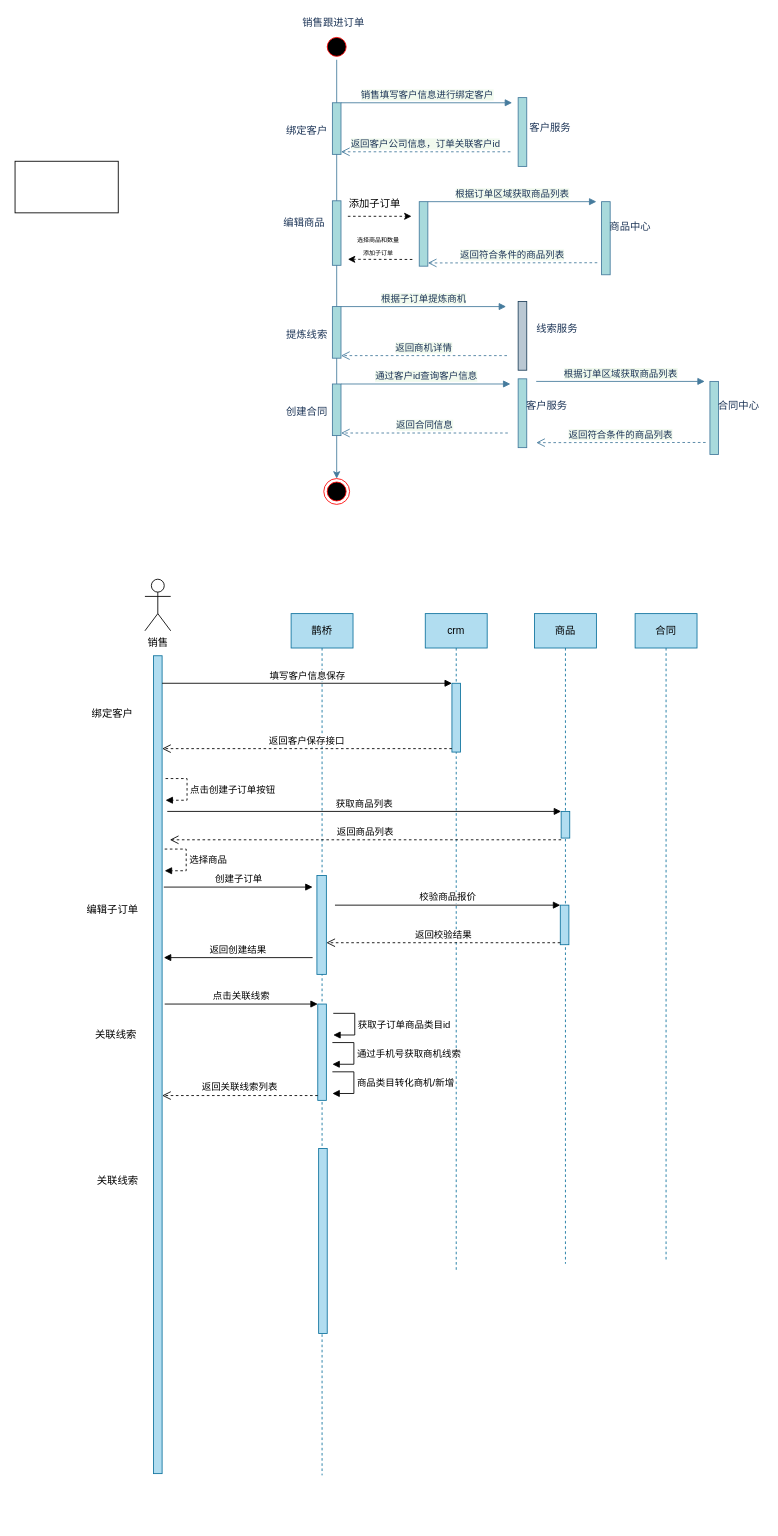
zhaoershuang/flow-chart keeps this draw.io diagram as 鹊桥应用时序图.drawio. Above is the earlier version. Source tidied: cells renumbered, new cells numbered last; positions are measured from the earlier drawing's top-left corner, leaving out a move shared by most shapes. Both pictures are drawn from the tidied source at 86%, with x=0, y=0 at pixel (15, 15).
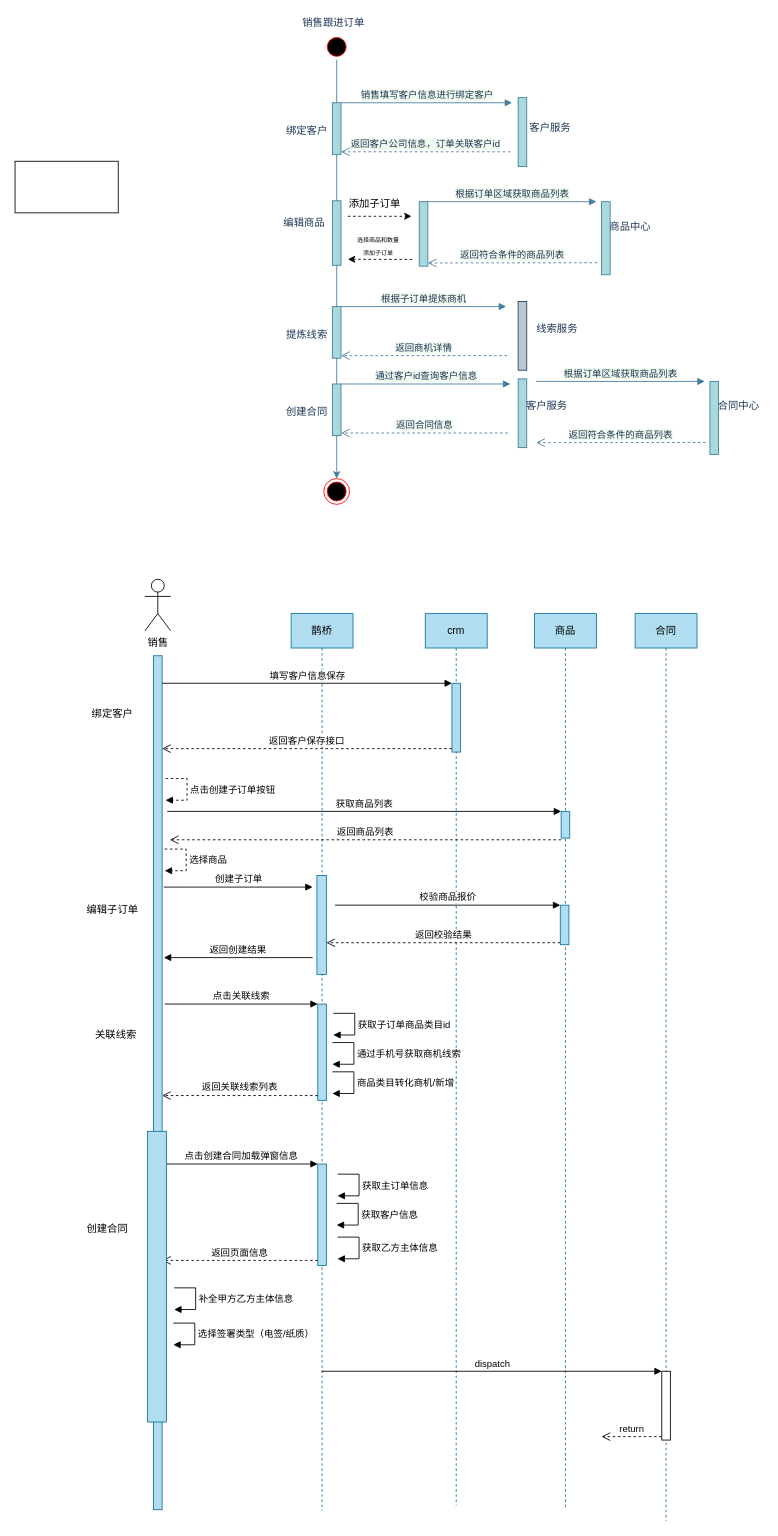
Above is the later version.

Commit message (it also covers changes not shown here):
更新鹊桥应用时序图.drawio

Change to the diagram source:
```diff
@@
     <mxCell id="41" style="html=1;points=[];perimeter=orthogonalPerimeter;fillColor=#b1ddf0;strokeColor=#10739e;" parent="1" vertex="1">
-      <mxGeometry x="161" y="745" width="10" height="951" as="geometry" />
+      <mxGeometry x="161" y="745" width="10" height="993" as="geometry" />
     </mxCell>
     <mxCell id="42" value="鹊桥" style="shape=umlLifeline;perimeter=lifelinePerimeter;whiteSpace=wrap;html=1;outlineConnect=0;fillColor=#b1ddf0;strokeColor=#10739e;" parent="1" vertex="1">
-      <mxGeometry x="321" y="696" width="72" height="1002" as="geometry" />
+      <mxGeometry x="321" y="696" width="72" height="1043" as="geometry" />
     </mxCell>
@@
-    <mxCell id="46" style="html=1;perimeter=orthogonalPerimeter;fillColor=#b1ddf0;strokeColor=#10739e;" parent="42" vertex="1">
-      <mxGeometry x="32" y="622" width="10" height="215" as="geometry" />
-    </mxCell>
+    <mxCell id="71" style="html=1;points=[];perimeter=orthogonalPerimeter;fillColor=#b1ddf0;strokeColor=#10739e;" parent="42" vertex="1">
+      <mxGeometry x="31" y="640" width="10" height="118" as="geometry" />
+    </mxCell>
+    <mxCell id="72" value="点击创建合同加载弹窗信息" style="html=1;verticalAlign=bottom;endArrow=block;entryX=0;entryY=0;" parent="42" edge="1" target="71">
+      <mxGeometry relative="1" as="geometry">
+        <mxPoint x="-147" y="640" as="sourcePoint" />
+      </mxGeometry>
+    </mxCell>
     <mxCell id="47" value="crm" style="shape=umlLifeline;perimeter=lifelinePerimeter;whiteSpace=wrap;html=1;fillColor=#b1ddf0;strokeColor=#10739e;" parent="1" vertex="1">
-      <mxGeometry x="477" y="696" width="72" height="765" as="geometry" />
+      <mxGeometry x="477" y="696" width="72" height="1037" as="geometry" />
     </mxCell>
@@
     <mxCell id="49" value="商品" style="shape=umlLifeline;perimeter=lifelinePerimeter;whiteSpace=wrap;html=1;fillColor=#b1ddf0;strokeColor=#10739e;" parent="1" vertex="1">
-      <mxGeometry x="604" y="696" width="72" height="756" as="geometry" />
+      <mxGeometry x="604" y="696" width="72" height="1042" as="geometry" />
     </mxCell>
@@
     <mxCell id="55" value="合同" style="shape=umlLifeline;perimeter=lifelinePerimeter;whiteSpace=wrap;html=1;fillColor=#b1ddf0;strokeColor=#10739e;" parent="1" vertex="1">
-      <mxGeometry x="721" y="696" width="72" height="754" as="geometry" />
+      <mxGeometry x="721" y="696" width="72" height="1055" as="geometry" />
     </mxCell>
+    <mxCell id="73" style="html=1;points=[];perimeter=orthogonalPerimeter;" parent="55" vertex="1">
+      <mxGeometry x="31" y="881" width="10" height="80" as="geometry" />
+    </mxCell>
+    <mxCell id="74" value="return" style="html=1;verticalAlign=bottom;endArrow=open;dashed=1;endSize=8;exitX=0;exitY=0.95;" parent="55" edge="1" source="73">
+      <mxGeometry relative="1" as="geometry">
+        <mxPoint x="-39" y="957" as="targetPoint" />
+      </mxGeometry>
+    </mxCell>
@@
-    <mxCell id="70" value="关联线索" style="text;html=1;align=center;verticalAlign=middle;" parent="1" vertex="1">
-      <mxGeometry x="90" y="1347" width="58" height="18" as="geometry" />
+    <mxCell id="70" value="创建合同" style="text;html=1;align=center;verticalAlign=middle;" parent="1" vertex="1">
+      <mxGeometry x="78" y="1403" width="58" height="18" as="geometry" />
     </mxCell>
+    <mxCell id="75" value="返回页面信息" style="html=1;verticalAlign=bottom;endArrow=open;dashed=1;endSize=8;exitX=0;exitY=0.95;" parent="1" edge="1" source="71" target="41">
+      <mxGeometry relative="1" as="geometry" />
+    </mxCell>
+    <mxCell id="76" value="获取主订单信息" style="edgeStyle=orthogonalEdgeStyle;html=1;align=left;spacingLeft=2;endArrow=block;rounded=0;entryX=0.1;entryY=0.33;entryDx=0;entryDy=0;entryPerimeter=0;exitX=0.1;exitY=0.33;exitDx=0;exitDy=0;exitPerimeter=0;" parent="1" edge="1">
+      <mxGeometry relative="1" as="geometry">
+        <mxPoint x="375" y="1347.8" as="sourcePoint" />
+        <mxPoint x="375" y="1373" as="targetPoint" />
+        <Array as="points">
+          <mxPoint x="400" y="1348" />
+          <mxPoint x="400" y="1373" />
+        </Array>
+      </mxGeometry>
+    </mxCell>
+    <mxCell id="77" value="获取客户信息" style="edgeStyle=orthogonalEdgeStyle;html=1;align=left;spacingLeft=2;endArrow=block;rounded=0;entryX=0.1;entryY=0.33;entryDx=0;entryDy=0;entryPerimeter=0;exitX=0.1;exitY=0.33;exitDx=0;exitDy=0;exitPerimeter=0;" parent="1" edge="1">
+      <mxGeometry relative="1" as="geometry">
+        <mxPoint x="374" y="1381.8" as="sourcePoint" />
+        <mxPoint x="374" y="1407" as="targetPoint" />
+        <Array as="points">
+          <mxPoint x="399" y="1382" />
+          <mxPoint x="399" y="1407" />
+        </Array>
+      </mxGeometry>
+    </mxCell>
+    <mxCell id="78" value="选择签署类型（电签/纸质）" style="edgeStyle=orthogonalEdgeStyle;html=1;align=left;spacingLeft=2;endArrow=block;rounded=0;entryX=0.1;entryY=0.33;entryDx=0;entryDy=0;entryPerimeter=0;exitX=0.1;exitY=0.33;exitDx=0;exitDy=0;exitPerimeter=0;" parent="1" edge="1">
+      <mxGeometry relative="1" as="geometry">
+        <mxPoint x="184" y="1521" as="sourcePoint" />
+        <mxPoint x="184" y="1546.2" as="targetPoint" />
+        <Array as="points">
+          <mxPoint x="209" y="1521.2" />
+          <mxPoint x="209" y="1546.2" />
+        </Array>
+      </mxGeometry>
+    </mxCell>
+    <mxCell id="79" value="获取乙方主体信息" style="edgeStyle=orthogonalEdgeStyle;html=1;align=left;spacingLeft=2;endArrow=block;rounded=0;entryX=0.1;entryY=0.33;entryDx=0;entryDy=0;entryPerimeter=0;exitX=0.1;exitY=0.33;exitDx=0;exitDy=0;exitPerimeter=0;" parent="1" edge="1">
+      <mxGeometry relative="1" as="geometry">
+        <mxPoint x="375" y="1421" as="sourcePoint" />
+        <mxPoint x="375" y="1446.2" as="targetPoint" />
+        <Array as="points">
+          <mxPoint x="400" y="1421.2" />
+          <mxPoint x="400" y="1446.2" />
+        </Array>
+      </mxGeometry>
+    </mxCell>
+    <mxCell id="80" value="补全甲方乙方主体信息" style="edgeStyle=orthogonalEdgeStyle;html=1;align=left;spacingLeft=2;endArrow=block;rounded=0;entryX=0.1;entryY=0.33;entryDx=0;entryDy=0;entryPerimeter=0;exitX=0.1;exitY=0.33;exitDx=0;exitDy=0;exitPerimeter=0;" parent="1" edge="1">
+      <mxGeometry relative="1" as="geometry">
+        <mxPoint x="185" y="1480" as="sourcePoint" />
+        <mxPoint x="185" y="1505.2" as="targetPoint" />
+        <Array as="points">
+          <mxPoint x="210" y="1480.2" />
+          <mxPoint x="210" y="1505.2" />
+        </Array>
+      </mxGeometry>
+    </mxCell>
+    <mxCell id="81" style="html=1;perimeter=orthogonalPerimeter;fillColor=#b1ddf0;strokeColor=#10739e;" parent="1" vertex="1">
+      <mxGeometry x="154" y="1298" width="22" height="338" as="geometry" />
+    </mxCell>
+    <mxCell id="82" value="dispatch" style="html=1;verticalAlign=bottom;endArrow=block;entryX=0;entryY=0;" parent="1" edge="1" source="42" target="73">
+      <mxGeometry relative="1" as="geometry" />
+    </mxCell>
```
